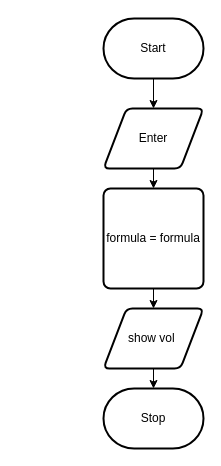
Before: design/flowchart.drawio in Johanna-liu16/ICS2O-Unit-5-06-JS, a draw.io diagram. Source tidied: cells renumbered, new cells numbered last; positions are measured from the earlier drawing's top-left corner, leaving out a move shared by most shapes. Both pictures are drawn from the tidied source at 100%, with x=0, y=0 at pixel (103, 18).
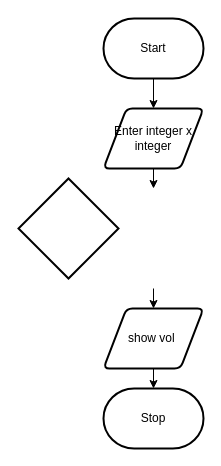
The same page after the edit.

What changed in the source:
```diff
@@
 <mxGraphModel>
   <root>
     <mxCell id="0" />
     <mxCell id="1" parent="0" />
     <mxCell id="2" style="edgeStyle=none;html=1;exitX=0.5;exitY=1;exitDx=0;exitDy=0;exitPerimeter=0;entryX=0.5;entryY=0;entryDx=0;entryDy=0;" parent="1" edge="1" source="3" target="5">
       <mxGeometry relative="1" as="geometry" />
     </mxCell>
     <mxCell id="3" value="Start" style="strokeWidth=2;html=1;shape=mxgraph.flowchart.terminator;whiteSpace=wrap;" parent="1" vertex="1">
       <mxGeometry width="100" height="60" as="geometry" />
     </mxCell>
-    <mxCell id="4" style="edgeStyle=none;html=1;exitX=0.5;exitY=1;exitDx=0;exitDy=0;" parent="1" edge="1" source="5" target="7">
-      <mxGeometry relative="1" as="geometry" />
+    <mxCell id="4" style="edgeStyle=none;html=1;exitX=0.5;exitY=1;exitDx=0;exitDy=0;" parent="1" edge="1" source="5">
+      <mxGeometry relative="1" as="geometry">
+        <mxPoint x="50" y="170" as="targetPoint" />
+      </mxGeometry>
     </mxCell>
-    <mxCell id="5" value="Enter" style="shape=parallelogram;html=1;strokeWidth=2;perimeter=parallelogramPerimeter;whiteSpace=wrap;rounded=1;arcSize=12;size=0.23;" parent="1" vertex="1">
+    <mxCell id="5" value="Enter integer x integer" style="shape=parallelogram;html=1;strokeWidth=2;perimeter=parallelogramPerimeter;whiteSpace=wrap;rounded=1;arcSize=12;size=0.23;" parent="1" vertex="1">
       <mxGeometry y="90" width="100" height="60" as="geometry" />
     </mxCell>
-    <mxCell id="6" style="edgeStyle=none;html=1;exitX=0.5;exitY=1;exitDx=0;exitDy=0;" parent="1" edge="1" source="7" target="9">
-      <mxGeometry relative="1" as="geometry" />
+    <mxCell id="6" style="edgeStyle=none;html=1;exitX=0.5;exitY=1;exitDx=0;exitDy=0;" parent="1" edge="1" target="9">
+      <mxGeometry relative="1" as="geometry">
+        <mxPoint x="50" y="270" as="sourcePoint" />
+      </mxGeometry>
     </mxCell>
-    <mxCell id="7" value="formula = formula" style="rounded=1;whiteSpace=wrap;html=1;absoluteArcSize=1;arcSize=14;strokeWidth=2;" parent="1" vertex="1">
-      <mxGeometry y="170" width="100" height="100" as="geometry" />
-    </mxCell>
     <mxCell id="8" style="edgeStyle=none;html=1;exitX=0.5;exitY=1;exitDx=0;exitDy=0;entryX=0.5;entryY=0;entryDx=0;entryDy=0;entryPerimeter=0;" parent="1" edge="1" source="9" target="10">
       <mxGeometry relative="1" as="geometry" />
     </mxCell>
     <mxCell id="9" value="show vol&amp;nbsp;" style="shape=parallelogram;html=1;strokeWidth=2;perimeter=parallelogramPerimeter;whiteSpace=wrap;rounded=1;arcSize=12;size=0.23;" parent="1" vertex="1">
       <mxGeometry y="290" width="100" height="60" as="geometry" />
     </mxCell>
     <mxCell id="10" value="Stop" style="strokeWidth=2;html=1;shape=mxgraph.flowchart.terminator;whiteSpace=wrap;" parent="1" vertex="1">
       <mxGeometry y="370" width="100" height="60" as="geometry" />
     </mxCell>
+    <mxCell id="11" style="strokeWidth=2;html=1;shape=mxgraph.flowchart.decision;whiteSpace=wrap;" parent="1" vertex="1">
+      <mxGeometry x="-85" y="160" width="100" height="100" as="geometry" />
+    </mxCell>
   </root>
 </mxGraphModel>
```
